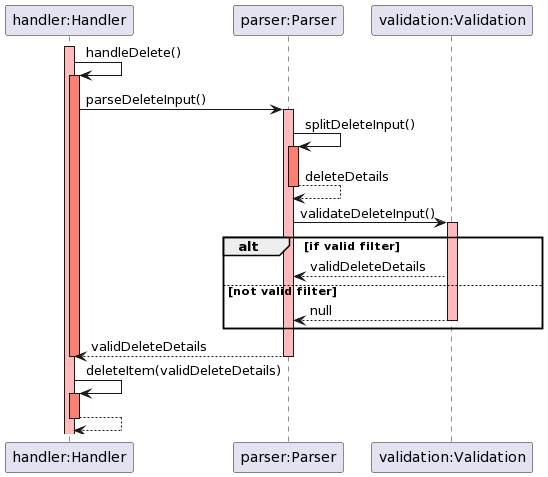
Above: docs/img/sequence_diagrams/delete_sequence.png in rouvinerh/tp (PlantUML), before the change.
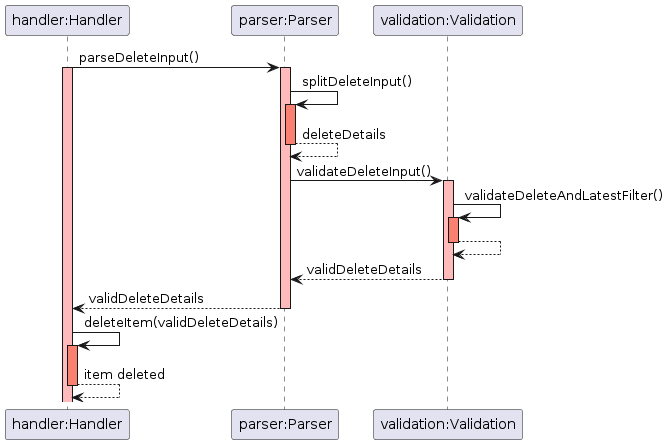
Later version of the same file.

Diff of the diagram source:
```diff
@@ -6,11 +6,10 @@
 participant "validation:Validation" as Validation
 
 
+
+
+Handler -> Parser:  parseDeleteInput()
 activate Handler #FFBBBB
-Handler -> Handler: handleDelete()
-activate Handler #salmon
-Handler -> Parser:  parseDeleteInput()
-
 
 activate Parser #FFBBBB
 
@@ -19,22 +18,28 @@
 Parser --> Parser: deleteDetails
 deactivate Parser #salmon
 
+
+
+
+
 Parser -> Validation: validateDeleteInput()
-alt if valid filter
-    activate Validation #FFBBBB
-    Validation --> Parser: validDeleteDetails
 
-else not valid filter
-    Validation --> Parser: null
-    deactivate Validation
-end
 
+activate Validation #FFBBBB
+
+Validation -> Validation: validateDeleteAndLatestFilter()
+activate Validation #salmon
+Validation --> Validation:
+deactivate Validation #salmon
+Validation --> Parser: validDeleteDetails
+deactivate Validation
 Parser --> Handler: validDeleteDetails
 deactivate Parser #FFBBBB
-deactivate Handler #salmon
+
+
 
 Handler -> Handler: deleteItem(validDeleteDetails)
 activate Handler #salmon
-Handler --> Handler:
-deactivate Handler
+Handler --> Handler: item deleted
+deactivate Handler #salmon
 @enduml
```
